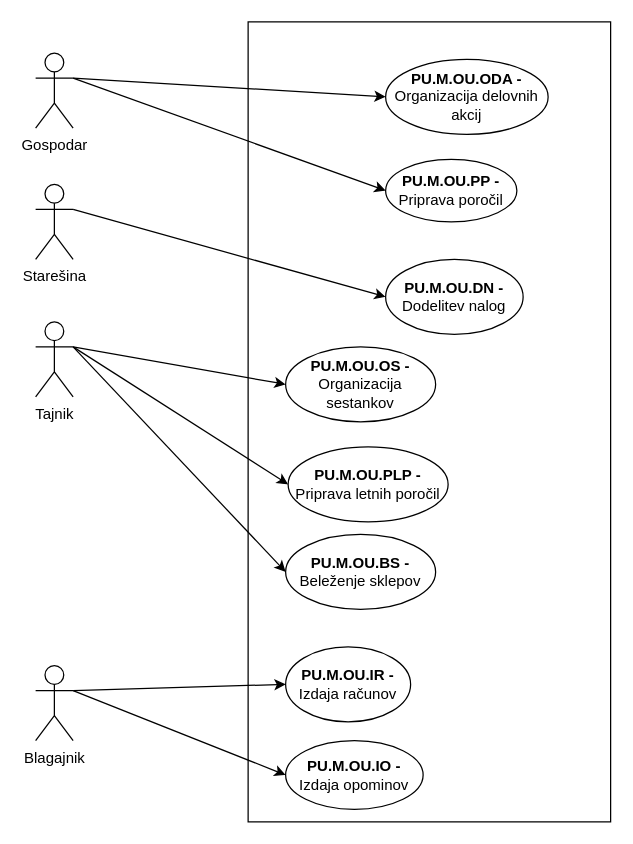
The draw.io diagram Upravni odbor-Primer uporabe.drawio in ErnestISv/Lovstvo, before the edit. Source tidied: cells renumbered, new cells numbered last; positions are measured from the earlier drawing's top-left corner, leaving out a move shared by most shapes. Both pictures are drawn from the tidied source at 125%, with x=0, y=0 at pixel (35, 21).
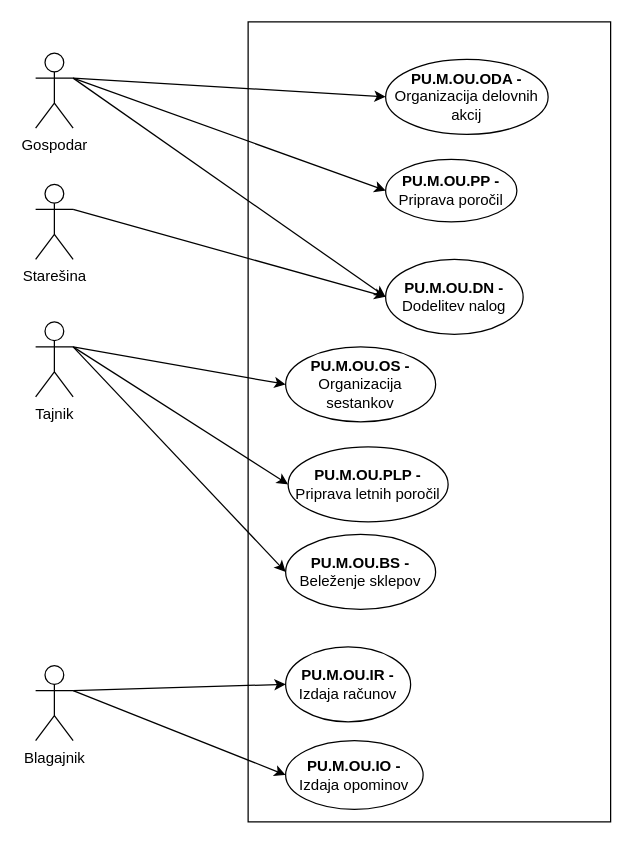
The same page after the edit.

Unchanged cells that the change refers to:
```xml
<mxCell id="4" value="Gospodar" style="shape=umlActor;verticalLabelPosition=bottom;verticalAlign=top;html=1;outlineConnect=0;" parent="1" vertex="1">
  <mxGeometry y="25" width="30" height="60" as="geometry" />
</mxCell>
<mxCell id="12" value="&lt;b&gt;PU.M.OU.DN -&lt;/b&gt; Dodelitev nalog" style="ellipse;whiteSpace=wrap;html=1;" parent="1" vertex="1">
  <mxGeometry x="280" y="190" width="110" height="60" as="geometry" />
</mxCell>
```

The edit, as a diff of the source:
```diff
@@
+    <mxCell id="23" style="endArrow=classic;html=1;rounded=0;exitX=1;exitY=0.3333333333333333;exitDx=0;exitDy=0;exitPerimeter=0;entryX=0;entryY=0.5;entryDx=0;entryDy=0;" parent="1" edge="1" source="4" target="12">
+      <mxGeometry relative="1" as="geometry" />
+    </mxCell>
```
